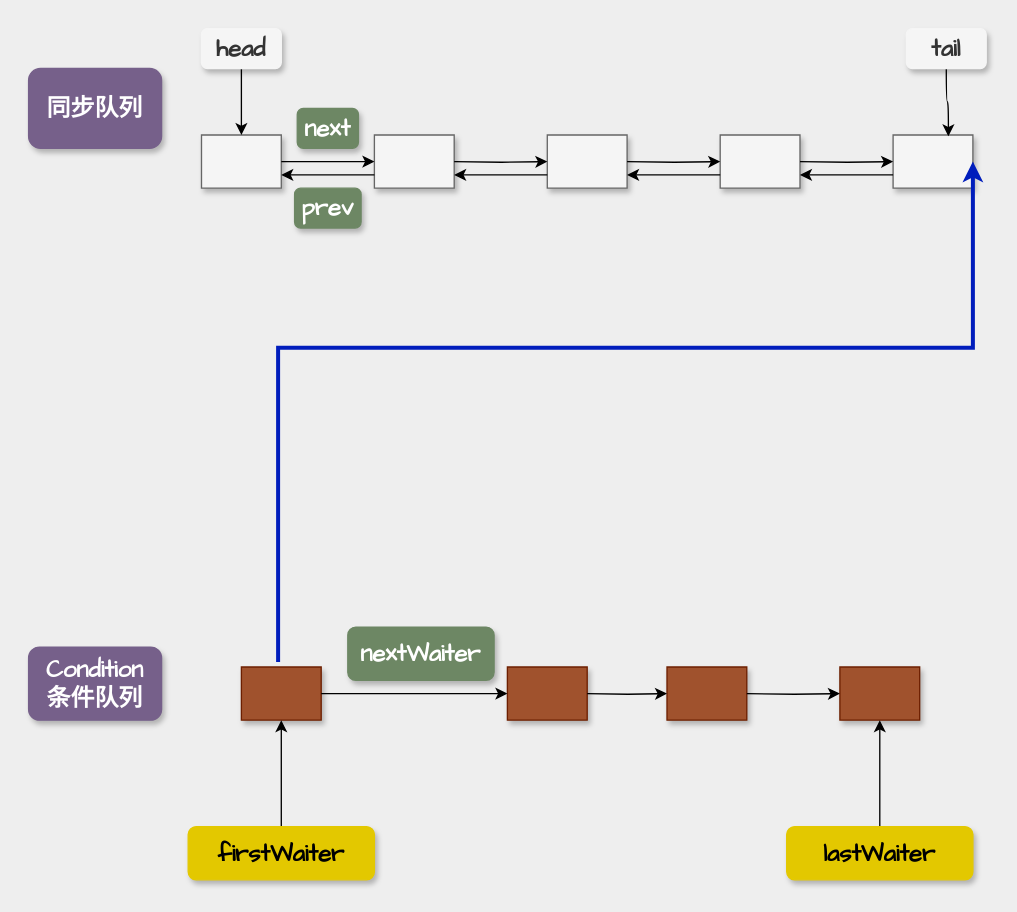
mydlxy/draw keeps this draw.io diagram as page "第 2 页 的副本" (6 of 7) of thread/AQS-Condition.drawio. Above is the earlier version. Source tidied: cells renumbered, new cells numbered last; positions are measured from the earlier drawing's top-left corner, leaving out a move shared by most shapes. Both pictures are drawn from the tidied source at 133%, with x=0, y=0 at pixel (28, 28).
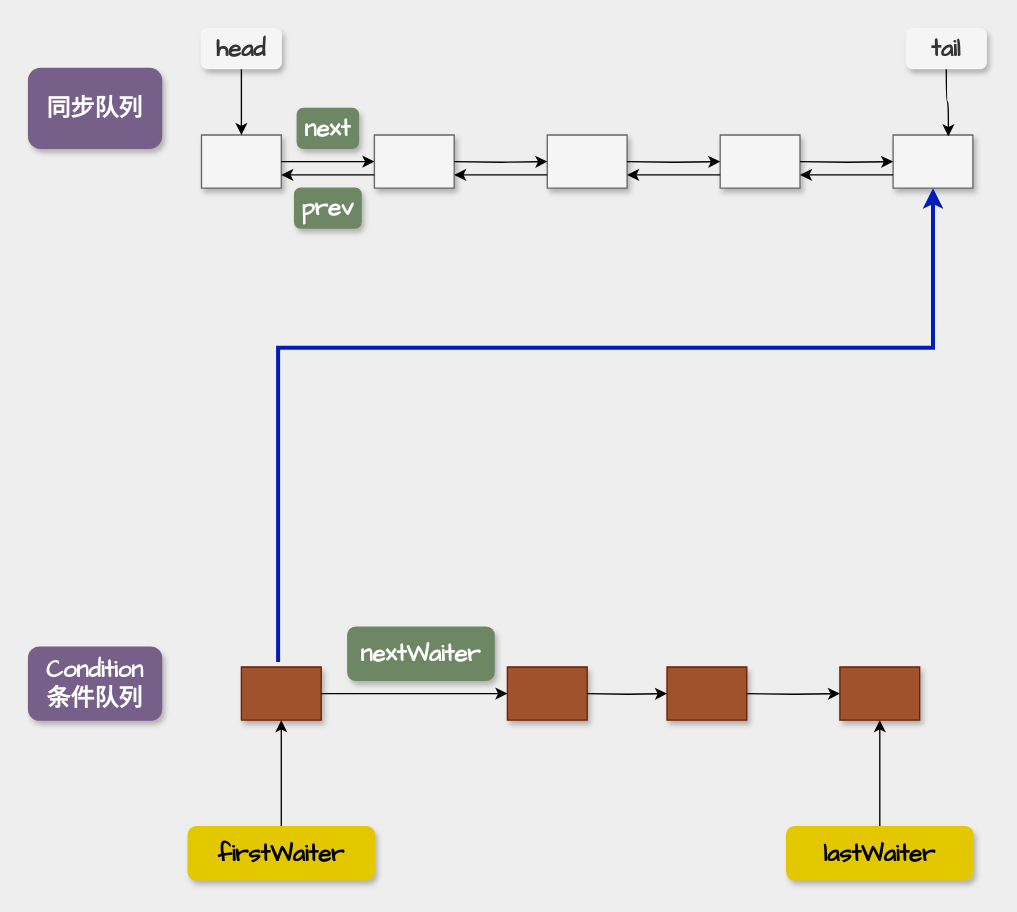
The same page after the edit.

The change refers to these unchanged cells:
```xml
<mxCell id="21" style="shape=tableRow;horizontal=0;startSize=0;swimlaneHead=0;swimlaneBody=0;top=0;left=0;bottom=0;right=0;fillColor=none;points=[[0,0.5],[1,0.5]];portConstraint=eastwest;shadow=1;sketch=0;strokeColor=#909090;fontColor=#1A1A1A;" parent="20" vertex="1">
  <mxGeometry width="60" height="40" as="geometry" />
</mxCell>
<mxCell id="30" style="shape=tableRow;horizontal=0;startSize=0;swimlaneHead=0;swimlaneBody=0;top=0;left=0;bottom=0;right=0;fillColor=none;points=[[0,0.5],[1,0.5]];portConstraint=eastwest;shadow=1;sketch=0;strokeColor=#909090;fontColor=#1A1A1A;" parent="29" vertex="1">
  <mxGeometry width="60" height="40" as="geometry" />
</mxCell>
```

Diff of the diagram source:
```diff
@@
-    <mxCell id="53" style="edgeStyle=elbowEdgeStyle;elbow=vertical;endArrow=classic;html=1;rounded=0;strokeColor=#001DBC;fontColor=#FFFFFF;exitX=0.46;exitY=-0.095;exitDx=0;exitDy=0;exitPerimeter=0;fillColor=#0050ef;strokeWidth=3;entryX=1;entryY=0.5;entryDx=0;entryDy=0;" parent="1" edge="1" source="30" target="21">
+    <mxCell id="53" style="edgeStyle=elbowEdgeStyle;elbow=vertical;endArrow=classic;html=1;rounded=0;strokeColor=#001DBC;fontColor=#FFFFFF;exitX=0.46;exitY=-0.095;exitDx=0;exitDy=0;exitPerimeter=0;fillColor=#0050ef;strokeWidth=3;" parent="1" edge="1" source="30" target="21">
       <mxGeometry relative="1" as="geometry">
         <Array as="points">
+          <mxPoint x="520" y="240" />
+          <mxPoint x="520" y="200" />
+          <mxPoint x="690" y="160" />
           <mxPoint x="670" y="240" />
           <mxPoint x="760" y="400" />
           <mxPoint x="850" y="320" />
           <mxPoint x="910" y="180" />
           <mxPoint x="830" y="160" />
           <mxPoint x="610" y="230" />
           <mxPoint x="410" y="340" />
           <mxPoint x="820" y="400" />
           <mxPoint x="830" y="340" />
           <mxPoint x="820" y="270" />
           <mxPoint x="820" y="140" />
           <mxPoint x="770" y="180" />
           <mxPoint x="600" y="460" />
           <mxPoint x="600" y="440" />
           <mxPoint x="590" y="360" />
           <mxPoint x="530" y="280" />
           <mxPoint x="780" y="150" />
           <mxPoint x="480" y="280" />
           <mxPoint x="230" y="410" />
           <mxPoint x="210" y="430" />
           <mxPoint x="280" y="380" />
           <mxPoint x="210" y="420" />
           <mxPoint x="250" y="390" />
           <mxPoint x="240" y="418" />
         </Array>
       </mxGeometry>
     </mxCell>
```
